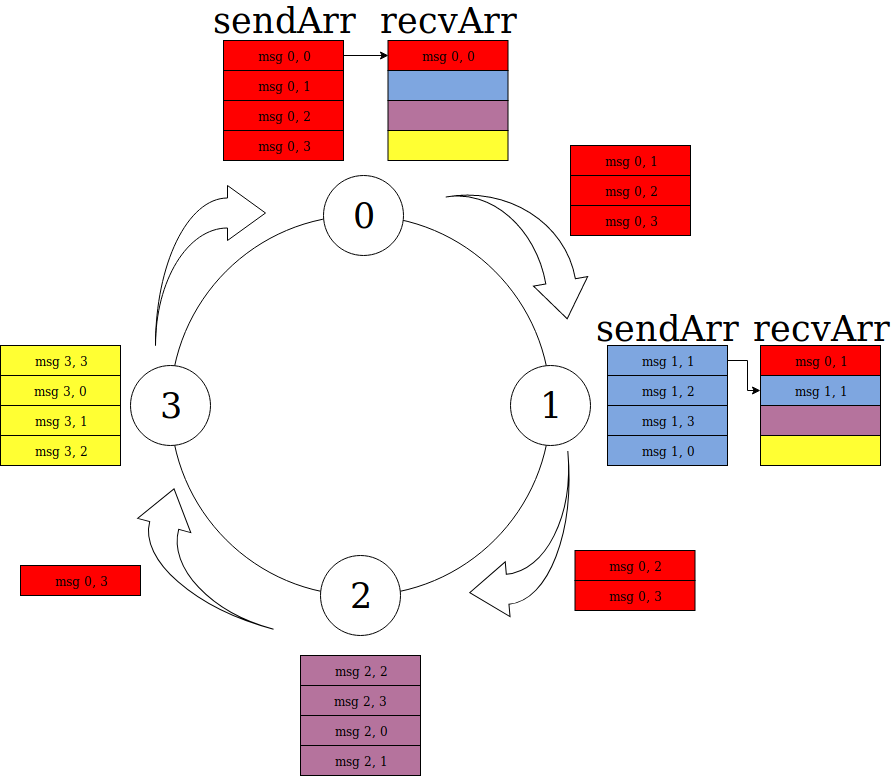
Above: all-to-all-personalized-ring/diagram.png in andreyuhai/parallel-programming (draw.io), before the change. Source tidied: cells renumbered, new cells last; positions are measured from the earlier drawing's top-left corner, leaving out a move shared by most shapes.
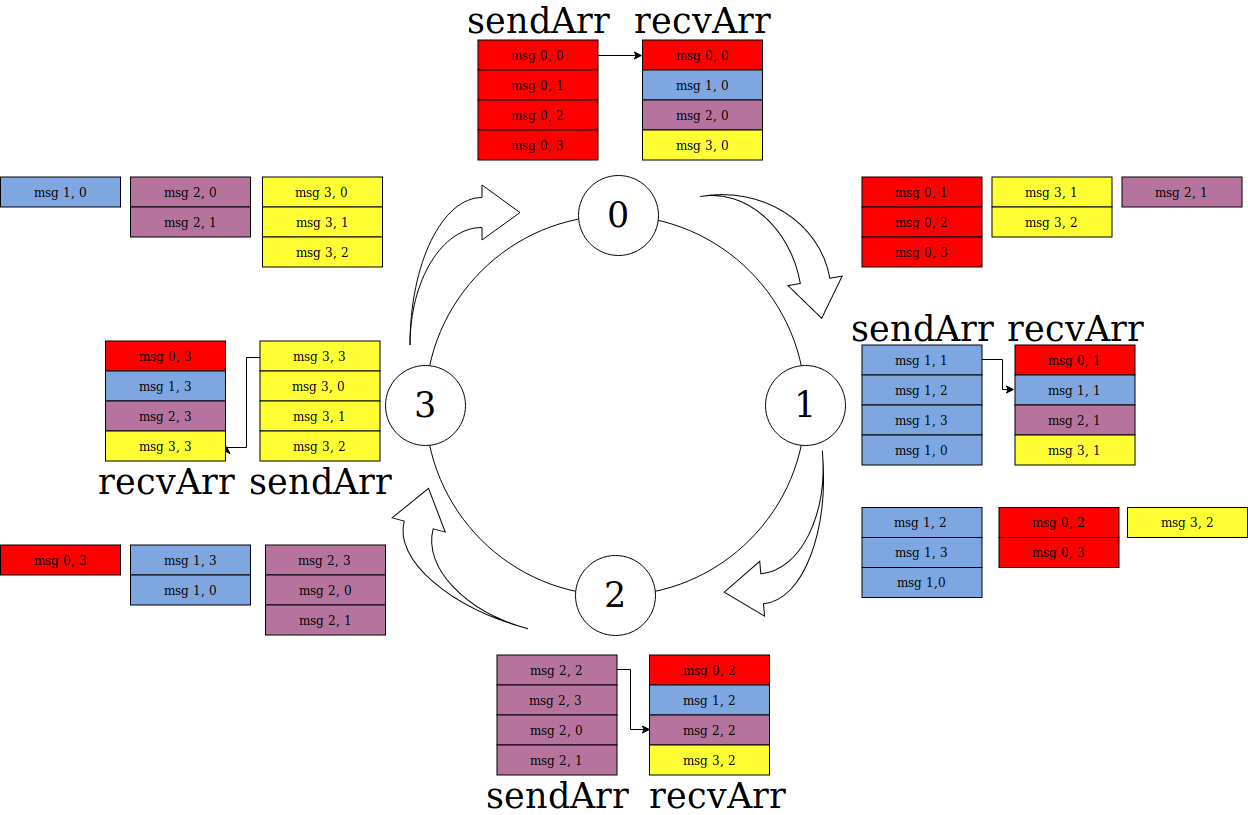
Above is the later version.

Commit message:
Diagram changed and now shows all the steps

The edit, as a diff of the source:
```diff
@@ -59,29 +59,45 @@
     <mxCell id="20" value="msg 1, 0" style="rounded=0;whiteSpace=wrap;html=1;fillColor=#7EA6E0;" parent="1" vertex="1">
       <mxGeometry x="607" y="425" width="120" height="30" as="geometry" />
     </mxCell>
+    <mxCell id="47" style="edgeStyle=orthogonalEdgeStyle;rounded=0;jettySize=auto;html=1;exitX=1;exitY=0.5;exitDx=0;exitDy=0;entryX=0;entryY=0.5;entryDx=0;entryDy=0;" parent="1" edge="1" source="21" target="53">
+      <mxGeometry relative="1" as="geometry">
+        <Array as="points">
+          <mxPoint x="375" y="660" />
+          <mxPoint x="375" y="720" />
+        </Array>
+      </mxGeometry>
+    </mxCell>
     <mxCell id="21" value="msg 2, 2" style="rounded=0;whiteSpace=wrap;html=1;fillColor=#B5739D;" parent="1" vertex="1">
-      <mxGeometry x="300" y="645" width="120" height="30" as="geometry" />
+      <mxGeometry x="242" y="645" width="120" height="30" as="geometry" />
     </mxCell>
     <mxCell id="22" value="&lt;div&gt;msg 2, 3&lt;br&gt;&lt;/div&gt;" style="rounded=0;whiteSpace=wrap;html=1;fillColor=#B5739D;" parent="1" vertex="1">
-      <mxGeometry x="300" y="675" width="120" height="30" as="geometry" />
+      <mxGeometry x="242" y="675" width="120" height="30" as="geometry" />
     </mxCell>
     <mxCell id="23" value="msg 2, 0" style="rounded=0;whiteSpace=wrap;html=1;fillColor=#B5739D;" parent="1" vertex="1">
-      <mxGeometry x="300" y="705" width="120" height="30" as="geometry" />
+      <mxGeometry x="242" y="705" width="120" height="30" as="geometry" />
     </mxCell>
     <mxCell id="24" value="msg 2, 1" style="rounded=0;whiteSpace=wrap;html=1;fillColor=#B5739D;" parent="1" vertex="1">
-      <mxGeometry x="300" y="735" width="120" height="30" as="geometry" />
+      <mxGeometry x="242" y="735" width="120" height="30" as="geometry" />
     </mxCell>
+    <mxCell id="48" style="edgeStyle=orthogonalEdgeStyle;rounded=0;jettySize=auto;html=1;exitX=0;exitY=0.5;exitDx=0;exitDy=0;entryX=1;entryY=0.5;entryDx=0;entryDy=0;" parent="1" edge="1" source="25" target="60">
+      <mxGeometry relative="1" as="geometry">
+        <Array as="points">
+          <mxPoint x="-9.5" y="346.5" />
+          <mxPoint x="-9.5" y="436.5" />
+        </Array>
+      </mxGeometry>
+    </mxCell>
     <mxCell id="25" value="msg 3, 3" style="rounded=0;whiteSpace=wrap;html=1;fillColor=#FFFF33;" parent="1" vertex="1">
-      <mxGeometry y="335" width="120" height="30" as="geometry" />
+      <mxGeometry x="5" y="331" width="120" height="30" as="geometry" />
     </mxCell>
     <mxCell id="26" value="&lt;div&gt;msg 3, 0&lt;br&gt;&lt;/div&gt;" style="rounded=0;whiteSpace=wrap;html=1;fillColor=#FFFF33;" parent="1" vertex="1">
-      <mxGeometry y="365" width="120" height="30" as="geometry" />
+      <mxGeometry x="5" y="361" width="120" height="30" as="geometry" />
     </mxCell>
     <mxCell id="27" value="msg 3, 1" style="rounded=0;whiteSpace=wrap;html=1;fillColor=#FFFF33;" parent="1" vertex="1">
-      <mxGeometry y="395" width="120" height="30" as="geometry" />
+      <mxGeometry x="5" y="391" width="120" height="30" as="geometry" />
     </mxCell>
     <mxCell id="28" value="msg 3, 2" style="rounded=0;whiteSpace=wrap;html=1;fillColor=#FFFF33;" parent="1" vertex="1">
-      <mxGeometry y="425" width="120" height="30" as="geometry" />
+      <mxGeometry x="5" y="421" width="120" height="30" as="geometry" />
     </mxCell>
     <mxCell id="29" value="&lt;font style=&quot;font-size: 35px&quot;&gt;sendArr&lt;/font&gt;" style="text;html=1;strokeColor=none;fillColor=none;align=center;verticalAlign=middle;whiteSpace=wrap;rounded=0;" parent="1" vertex="1">
       <mxGeometry x="202.5" width="161" height="20" as="geometry" />
@@ -92,23 +108,23 @@
     <mxCell id="31" value="msg 0, 0" style="rounded=0;whiteSpace=wrap;html=1;fillColor=#FF0000;" parent="1" vertex="1">
       <mxGeometry x="387.5" y="30" width="120" height="30" as="geometry" />
     </mxCell>
-    <mxCell id="32" style="rounded=0;whiteSpace=wrap;html=1;fillColor=#7EA6E0;" parent="1" vertex="1">
+    <mxCell id="32" value="msg 1, 0" style="rounded=0;whiteSpace=wrap;html=1;fillColor=#7EA6E0;" parent="1" vertex="1">
       <mxGeometry x="387.5" y="60" width="120" height="30" as="geometry" />
     </mxCell>
-    <mxCell id="33" style="rounded=0;whiteSpace=wrap;html=1;fillColor=#B5739D;" parent="1" vertex="1">
+    <mxCell id="33" value="msg 2, 0" style="rounded=0;whiteSpace=wrap;html=1;fillColor=#B5739D;" parent="1" vertex="1">
       <mxGeometry x="387.5" y="90" width="120" height="30" as="geometry" />
     </mxCell>
-    <mxCell id="34" style="rounded=0;whiteSpace=wrap;html=1;fillColor=#FFFF33;" parent="1" vertex="1">
+    <mxCell id="34" value="msg 3, 0" style="rounded=0;whiteSpace=wrap;html=1;fillColor=#FFFF33;" parent="1" vertex="1">
       <mxGeometry x="387.5" y="120" width="120" height="30" as="geometry" />
     </mxCell>
     <mxCell id="35" value="msg 0, 1" style="rounded=0;whiteSpace=wrap;html=1;fillColor=#FF0000;" parent="1" vertex="1">
-      <mxGeometry x="570" y="135" width="120" height="30" as="geometry" />
+      <mxGeometry x="607" y="167" width="120" height="30" as="geometry" />
     </mxCell>
     <mxCell id="36" value="msg 0, 2" style="rounded=0;whiteSpace=wrap;html=1;fillColor=#FF0000;" parent="1" vertex="1">
-      <mxGeometry x="570" y="165" width="120" height="30" as="geometry" />
+      <mxGeometry x="607" y="197" width="120" height="30" as="geometry" />
     </mxCell>
     <mxCell id="37" value="msg 0, 3" style="rounded=0;whiteSpace=wrap;html=1;fillColor=#FF0000;" parent="1" vertex="1">
-      <mxGeometry x="570" y="195" width="120" height="30" as="geometry" />
+      <mxGeometry x="607" y="227" width="120" height="30" as="geometry" />
     </mxCell>
     <mxCell id="38" value="&lt;font style=&quot;font-size: 35px&quot;&gt;sendArr&lt;/font&gt;" style="text;html=1;strokeColor=none;fillColor=none;align=center;verticalAlign=middle;whiteSpace=wrap;rounded=0;" parent="1" vertex="1">
       <mxGeometry x="586" y="308" width="161" height="20" as="geometry" />
@@ -122,20 +138,110 @@
     <mxCell id="41" value="&lt;div&gt;msg 1, 1&lt;/div&gt;" style="rounded=0;whiteSpace=wrap;html=1;fillColor=#7EA6E0;" parent="1" vertex="1">
       <mxGeometry x="760" y="365" width="120" height="30" as="geometry" />
     </mxCell>
-    <mxCell id="42" style="rounded=0;whiteSpace=wrap;html=1;fillColor=#B5739D;" parent="1" vertex="1">
+    <mxCell id="42" value="msg 2, 1" style="rounded=0;whiteSpace=wrap;html=1;fillColor=#B5739D;" parent="1" vertex="1">
       <mxGeometry x="760" y="395" width="120" height="30" as="geometry" />
     </mxCell>
-    <mxCell id="43" style="rounded=0;whiteSpace=wrap;html=1;fillColor=#FFFF33;" parent="1" vertex="1">
+    <mxCell id="43" value="msg 3, 1" style="rounded=0;whiteSpace=wrap;html=1;fillColor=#FFFF33;" parent="1" vertex="1">
       <mxGeometry x="760" y="425" width="120" height="30" as="geometry" />
     </mxCell>
     <mxCell id="44" value="msg 0, 2" style="rounded=0;whiteSpace=wrap;html=1;fillColor=#FF0000;" parent="1" vertex="1">
-      <mxGeometry x="574.5" y="540" width="120" height="30" as="geometry" />
+      <mxGeometry x="744" y="497.5" width="120" height="30" as="geometry" />
     </mxCell>
     <mxCell id="45" value="msg 0, 3" style="rounded=0;whiteSpace=wrap;html=1;fillColor=#FF0000;" parent="1" vertex="1">
-      <mxGeometry x="574.5" y="570" width="120" height="30" as="geometry" />
+      <mxGeometry x="744" y="527.5" width="120" height="30" as="geometry" />
     </mxCell>
     <mxCell id="46" value="msg 0, 3" style="rounded=0;whiteSpace=wrap;html=1;fillColor=#FF0000;" parent="1" vertex="1">
-      <mxGeometry x="20" y="555" width="120" height="30" as="geometry" />
+      <mxGeometry x="-254.5" y="535" width="120" height="30" as="geometry" />
     </mxCell>
+    <mxCell id="49" value="&lt;font style=&quot;font-size: 35px&quot;&gt;sendArr&lt;/font&gt;" style="text;html=1;strokeColor=none;fillColor=none;align=center;verticalAlign=middle;whiteSpace=wrap;rounded=0;" parent="1" vertex="1">
+      <mxGeometry x="221.5" y="775" width="161" height="20" as="geometry" />
+    </mxCell>
+    <mxCell id="50" value="&lt;div style=&quot;font-size: 35px&quot;&gt;&lt;font style=&quot;font-size: 35px&quot;&gt;recvArr&lt;/font&gt;&lt;/div&gt;" style="text;html=1;strokeColor=none;fillColor=none;align=center;verticalAlign=middle;whiteSpace=wrap;rounded=0;" parent="1" vertex="1">
+      <mxGeometry x="391" y="775" width="141" height="20" as="geometry" />
+    </mxCell>
+    <mxCell id="51" value="msg 0, 2" style="rounded=0;whiteSpace=wrap;html=1;fillColor=#FF0000;" parent="1" vertex="1">
+      <mxGeometry x="394.5" y="645" width="120" height="30" as="geometry" />
+    </mxCell>
+    <mxCell id="52" value="msg 1, 2" style="rounded=0;whiteSpace=wrap;html=1;fillColor=#7EA6E0;" parent="1" vertex="1">
+      <mxGeometry x="394.5" y="675" width="120" height="30" as="geometry" />
+    </mxCell>
+    <mxCell id="53" value="msg 2, 2" style="rounded=0;whiteSpace=wrap;html=1;fillColor=#B5739D;" parent="1" vertex="1">
+      <mxGeometry x="394.5" y="705" width="120" height="30" as="geometry" />
+    </mxCell>
+    <mxCell id="54" value="msg 3, 2" style="rounded=0;whiteSpace=wrap;html=1;fillColor=#FFFF33;" parent="1" vertex="1">
+      <mxGeometry x="394.5" y="735" width="120" height="30" as="geometry" />
+    </mxCell>
+    <mxCell id="55" value="&lt;font style=&quot;font-size: 35px&quot;&gt;sendArr&lt;/font&gt;" style="text;html=1;strokeColor=none;fillColor=none;align=center;verticalAlign=middle;whiteSpace=wrap;rounded=0;" parent="1" vertex="1">
+      <mxGeometry x="-8" y="461.5" width="146" height="20" as="geometry" />
+    </mxCell>
+    <mxCell id="56" value="&lt;div style=&quot;font-size: 35px&quot;&gt;&lt;font style=&quot;font-size: 35px&quot;&gt;recvArr&lt;/font&gt;&lt;/div&gt;" style="text;html=1;strokeColor=none;fillColor=none;align=center;verticalAlign=middle;whiteSpace=wrap;rounded=0;" parent="1" vertex="1">
+      <mxGeometry x="-160" y="461" width="141" height="20" as="geometry" />
+    </mxCell>
+    <mxCell id="57" value="msg 0, 3" style="rounded=0;whiteSpace=wrap;html=1;fillColor=#FF0000;" parent="1" vertex="1">
+      <mxGeometry x="-149.5" y="331" width="120" height="30" as="geometry" />
+    </mxCell>
+    <mxCell id="58" value="msg 1, 3" style="rounded=0;whiteSpace=wrap;html=1;fillColor=#7EA6E0;" parent="1" vertex="1">
+      <mxGeometry x="-149.5" y="361" width="120" height="30" as="geometry" />
+    </mxCell>
+    <mxCell id="59" value="msg 2, 3" style="rounded=0;whiteSpace=wrap;html=1;fillColor=#B5739D;" parent="1" vertex="1">
+      <mxGeometry x="-149.5" y="391" width="120" height="30" as="geometry" />
+    </mxCell>
+    <mxCell id="60" value="msg 3, 3" style="rounded=0;whiteSpace=wrap;html=1;fillColor=#FFFF33;" parent="1" vertex="1">
+      <mxGeometry x="-149.5" y="421" width="120" height="30" as="geometry" />
+    </mxCell>
+    <mxCell id="61" value="&lt;div&gt;msg 1, 2&lt;br&gt;&lt;/div&gt;" style="rounded=0;whiteSpace=wrap;html=1;fillColor=#7EA6E0;" parent="1" vertex="1">
+      <mxGeometry x="607" y="497.5" width="120" height="30" as="geometry" />
+    </mxCell>
+    <mxCell id="62" value="msg 1, 3" style="rounded=0;whiteSpace=wrap;html=1;fillColor=#7EA6E0;" parent="1" vertex="1">
+      <mxGeometry x="607" y="527.5" width="120" height="30" as="geometry" />
+    </mxCell>
+    <mxCell id="63" value="msg 1,0" style="rounded=0;whiteSpace=wrap;html=1;fillColor=#7EA6E0;" parent="1" vertex="1">
+      <mxGeometry x="607" y="557.5" width="120" height="30" as="geometry" />
+    </mxCell>
+    <mxCell id="64" value="msg 1, 3" style="rounded=0;whiteSpace=wrap;html=1;fillColor=#7EA6E0;" parent="1" vertex="1">
+      <mxGeometry x="-124.5" y="535" width="120" height="30" as="geometry" />
+    </mxCell>
+    <mxCell id="65" value="msg 1, 0" style="rounded=0;whiteSpace=wrap;html=1;fillColor=#7EA6E0;" parent="1" vertex="1">
+      <mxGeometry x="-124.5" y="565" width="120" height="30" as="geometry" />
+    </mxCell>
+    <mxCell id="66" value="msg 1, 0" style="rounded=0;whiteSpace=wrap;html=1;fillColor=#7EA6E0;" parent="1" vertex="1">
+      <mxGeometry x="-254.5" y="167" width="120" height="30" as="geometry" />
+    </mxCell>
+    <mxCell id="67" value="&lt;div&gt;msg 2, 3&lt;br&gt;&lt;/div&gt;" style="rounded=0;whiteSpace=wrap;html=1;fillColor=#B5739D;" parent="1" vertex="1">
+      <mxGeometry x="10.5" y="535" width="120" height="30" as="geometry" />
+    </mxCell>
+    <mxCell id="68" value="msg 2, 0" style="rounded=0;whiteSpace=wrap;html=1;fillColor=#B5739D;" parent="1" vertex="1">
+      <mxGeometry x="10.5" y="565" width="120" height="30" as="geometry" />
+    </mxCell>
+    <mxCell id="69" value="msg 2, 1" style="rounded=0;whiteSpace=wrap;html=1;fillColor=#B5739D;" parent="1" vertex="1">
+      <mxGeometry x="10.5" y="595" width="120" height="30" as="geometry" />
+    </mxCell>
+    <mxCell id="70" value="&lt;div&gt;msg 3, 0&lt;br&gt;&lt;/div&gt;" style="rounded=0;whiteSpace=wrap;html=1;fillColor=#FFFF33;" parent="1" vertex="1">
+      <mxGeometry x="7.5" y="167" width="120" height="30" as="geometry" />
+    </mxCell>
+    <mxCell id="71" value="msg 3, 1" style="rounded=0;whiteSpace=wrap;html=1;fillColor=#FFFF33;" parent="1" vertex="1">
+      <mxGeometry x="7.5" y="197" width="120" height="30" as="geometry" />
+    </mxCell>
+    <mxCell id="72" value="msg 3, 2" style="rounded=0;whiteSpace=wrap;html=1;fillColor=#FFFF33;" parent="1" vertex="1">
+      <mxGeometry x="7.5" y="227" width="120" height="30" as="geometry" />
+    </mxCell>
+    <mxCell id="73" value="msg 2, 0" style="rounded=0;whiteSpace=wrap;html=1;fillColor=#B5739D;" parent="1" vertex="1">
+      <mxGeometry x="-124.5" y="167" width="120" height="30" as="geometry" />
+    </mxCell>
+    <mxCell id="74" value="msg 2, 1" style="rounded=0;whiteSpace=wrap;html=1;fillColor=#B5739D;" parent="1" vertex="1">
+      <mxGeometry x="-124.5" y="197" width="120" height="30" as="geometry" />
+    </mxCell>
+    <mxCell id="75" value="msg 3, 1" style="rounded=0;whiteSpace=wrap;html=1;fillColor=#FFFF33;" parent="1" vertex="1">
+      <mxGeometry x="737" y="167" width="120" height="30" as="geometry" />
+    </mxCell>
+    <mxCell id="76" value="msg 3, 2" style="rounded=0;whiteSpace=wrap;html=1;fillColor=#FFFF33;" parent="1" vertex="1">
+      <mxGeometry x="737" y="197" width="120" height="30" as="geometry" />
+    </mxCell>
+    <mxCell id="77" value="msg 2, 1" style="rounded=0;whiteSpace=wrap;html=1;fillColor=#B5739D;" parent="1" vertex="1">
+      <mxGeometry x="867" y="167" width="120" height="30" as="geometry" />
+    </mxCell>
+    <mxCell id="78" value="msg 3, 2" style="rounded=0;whiteSpace=wrap;html=1;fillColor=#FFFF33;" parent="1" vertex="1">
+      <mxGeometry x="872.5" y="497.5" width="120" height="30" as="geometry" />
+    </mxCell>
   </root>
 </mxGraphModel>
```
